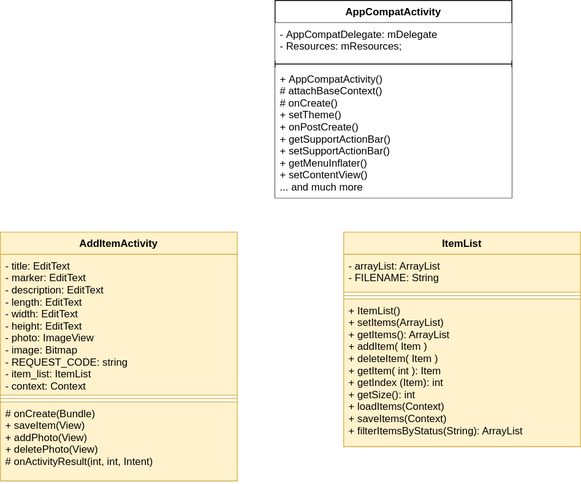
treeindev/uml-diagrams keeps this draw.io diagram as UML Class Diagram - Sharing App.svg. Above is the earlier version. Source tidied: cells renumbered, new cells last; positions are measured from the earlier drawing's top-left corner, leaving out a move shared by most shapes.
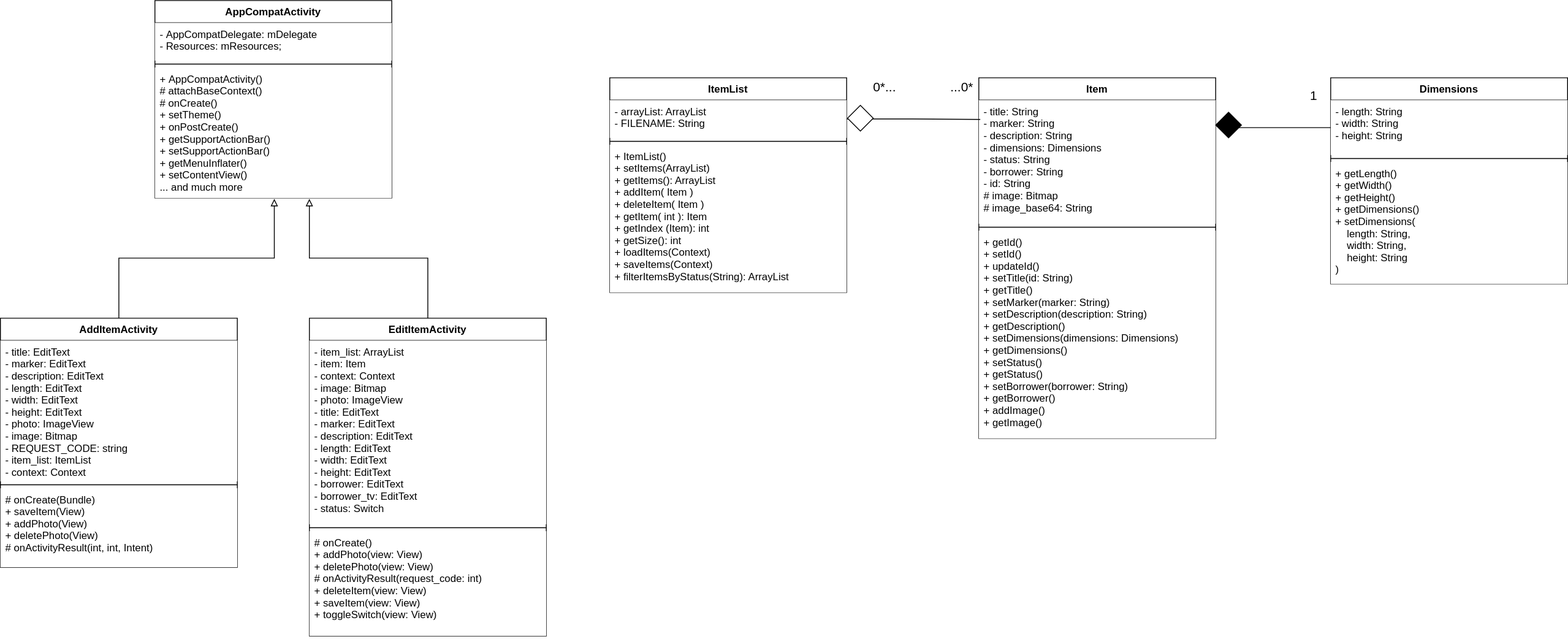
The same diagram one commit later.

The edit, as a diff of the source:
```diff
@@ -3,7 +3,7 @@
     <mxCell id="0" />
     <mxCell id="1" parent="0" />
     <mxCell id="2" value="AppCompatActivity" style="swimlane;fontStyle=1;align=center;verticalAlign=top;horizontal=1;startSize=26;" parent="1" vertex="1">
-      <mxGeometry x="320" width="276" height="230" as="geometry" />
+      <mxGeometry x="380" y="-100" width="276" height="230" as="geometry" />
     </mxCell>
     <mxCell id="3" value="- AppCompatDelegate: mDelegate&#10;- Resources: mResources;" style="text;align=left;verticalAlign=top;spacingLeft=4;spacingRight=4;overflow=hidden;fillColor=default;" parent="2" vertex="1">
       <mxGeometry y="26" width="276" height="44" as="geometry" />
@@ -14,29 +14,104 @@
     <mxCell id="5" value="+ AppCompatActivity()&#10;# attachBaseContext()&#10;# onCreate()&#10;+ setTheme()&#10;+ onPostCreate()&#10;+ getSupportActionBar()&#10;+ setSupportActionBar()&#10;+ getMenuInflater()&#10;+ setContentView()&#10;... and much more" style="text;align=left;verticalAlign=top;spacingLeft=4;spacingRight=4;overflow=hidden;points=[[0,0.5],[1,0.5]];portConstraint=eastwest;fillColor=default;" parent="2" vertex="1">
       <mxGeometry y="78" width="276" height="152" as="geometry" />
     </mxCell>
+    <mxCell id="14" style="edgeStyle=orthogonalEdgeStyle;rounded=0;jettySize=auto;html=1;entryX=0.504;entryY=1.007;entryDx=0;entryDy=0;entryPerimeter=0;fontSize=15;endArrow=block;endFill=0;jumpSize=7;startSize=10;" parent="1" edge="1" source="6" target="5">
+      <mxGeometry relative="1" as="geometry">
+        <Array as="points">
+          <mxPoint x="338" y="200" />
+          <mxPoint x="519" y="200" />
+        </Array>
+      </mxGeometry>
+    </mxCell>
-    <mxCell id="6" value="AddItemActivity" style="swimlane;fontStyle=1;align=center;verticalAlign=top;horizontal=1;startSize=26;fillColor=#fff2cc;strokeColor=#d6b656;" parent="1" vertex="1">
-      <mxGeometry y="270" width="276" height="290" as="geometry" />
+    <mxCell id="6" value="AddItemActivity" style="swimlane;fontStyle=1;align=center;verticalAlign=top;horizontal=1;startSize=26;fillColor=default;" parent="1" vertex="1">
+      <mxGeometry x="200" y="270" width="276" height="290" as="geometry" />
     </mxCell>
-    <mxCell id="7" value="- title: EditText&#10;- marker: EditText&#10;- description: EditText&#10;- length: EditText&#10;- width: EditText&#10;- height: EditText&#10;- photo: ImageView&#10;- image: Bitmap&#10;- REQUEST_CODE: string&#10;- item_list: ItemList&#10;- context: Context" style="text;strokeColor=#d6b656;fillColor=#fff2cc;align=left;verticalAlign=top;spacingLeft=4;spacingRight=4;overflow=hidden;" parent="6" vertex="1">
+    <mxCell id="7" value="- title: EditText&#10;- marker: EditText&#10;- description: EditText&#10;- length: EditText&#10;- width: EditText&#10;- height: EditText&#10;- photo: ImageView&#10;- image: Bitmap&#10;- REQUEST_CODE: string&#10;- item_list: ItemList&#10;- context: Context" style="text;align=left;verticalAlign=top;spacingLeft=4;spacingRight=4;overflow=hidden;fillColor=default;" parent="6" vertex="1">
       <mxGeometry y="26" width="276" height="164" as="geometry" />
     </mxCell>
-    <mxCell id="8" style="line;strokeWidth=1;fillColor=#fff2cc;align=left;verticalAlign=middle;spacingTop=-1;spacingLeft=3;spacingRight=3;labelPosition=right;strokeColor=#d6b656;" parent="6" vertex="1">
+    <mxCell id="8" style="line;strokeWidth=1;align=left;verticalAlign=middle;spacingTop=-1;spacingLeft=3;spacingRight=3;labelPosition=right;fillColor=default;" parent="6" vertex="1">
       <mxGeometry y="190" width="276" height="8" as="geometry" />
     </mxCell>
-    <mxCell id="9" value="# onCreate(Bundle)&#10;+ saveItem(View)&#10;+ addPhoto(View)&#10;+ deletePhoto(View)&#10;# onActivityResult(int, int, Intent)" style="text;strokeColor=#d6b656;fillColor=#fff2cc;align=left;verticalAlign=top;spacingLeft=4;spacingRight=4;overflow=hidden;" parent="6" vertex="1">
+    <mxCell id="9" value="# onCreate(Bundle)&#10;+ saveItem(View)&#10;+ addPhoto(View)&#10;+ deletePhoto(View)&#10;# onActivityResult(int, int, Intent)" style="text;align=left;verticalAlign=top;spacingLeft=4;spacingRight=4;overflow=hidden;fillColor=default;" parent="6" vertex="1">
       <mxGeometry y="198" width="276" height="92" as="geometry" />
     </mxCell>
-    <mxCell id="10" value="ItemList" style="swimlane;fontStyle=1;align=center;verticalAlign=top;horizontal=1;startSize=26;fillColor=#fff2cc;strokeColor=#d6b656;" parent="1" vertex="1">
-      <mxGeometry x="400" y="270" width="276" height="250" as="geometry" />
+    <mxCell id="10" value="ItemList" style="swimlane;fontStyle=1;align=center;verticalAlign=top;horizontal=1;startSize=26;fillColor=default;" parent="1" vertex="1">
+      <mxGeometry x="910" y="-10" width="276" height="250" as="geometry" />
     </mxCell>
-    <mxCell id="11" value="- arrayList: ArrayList&#10;- FILENAME: String" style="text;strokeColor=#d6b656;fillColor=#fff2cc;align=left;verticalAlign=top;spacingLeft=4;spacingRight=4;overflow=hidden;points=[[0,0.5],[1,0.5]];portConstraint=eastwest;" parent="10" vertex="1">
+    <mxCell id="11" value="- arrayList: ArrayList&#10;- FILENAME: String" style="text;align=left;verticalAlign=top;spacingLeft=4;spacingRight=4;overflow=hidden;points=[[0,0.5],[1,0.5]];portConstraint=eastwest;fillColor=default;" parent="10" vertex="1">
       <mxGeometry y="26" width="276" height="44" as="geometry" />
     </mxCell>
-    <mxCell id="12" style="line;strokeWidth=1;fillColor=#fff2cc;align=left;verticalAlign=middle;spacingTop=-1;spacingLeft=3;spacingRight=3;labelPosition=right;strokeColor=#d6b656;" parent="10" vertex="1">
+    <mxCell id="12" style="line;strokeWidth=1;align=left;verticalAlign=middle;spacingTop=-1;spacingLeft=3;spacingRight=3;labelPosition=right;fillColor=default;" parent="10" vertex="1">
       <mxGeometry y="70" width="276" height="8" as="geometry" />
     </mxCell>
-    <mxCell id="13" value="+ ItemList()&#10;+ setItems(ArrayList)&#10;+ getItems(): ArrayList&#10;+ addItem( Item )&#10;+ deleteItem( Item )&#10;+ getItem( int ): Item&#10;+ getIndex (Item): int&#10;+ getSize(): int&#10;+ loadItems(Context)&#10;+ saveItems(Context)&#10;+ filterItemsByStatus(String): ArrayList" style="text;strokeColor=#d6b656;fillColor=#fff2cc;align=left;verticalAlign=top;spacingLeft=4;spacingRight=4;overflow=hidden;" parent="10" vertex="1">
+    <mxCell id="13" value="+ ItemList()&#10;+ setItems(ArrayList)&#10;+ getItems(): ArrayList&#10;+ addItem( Item )&#10;+ deleteItem( Item )&#10;+ getItem( int ): Item&#10;+ getIndex (Item): int&#10;+ getSize(): int&#10;+ loadItems(Context)&#10;+ saveItems(Context)&#10;+ filterItemsByStatus(String): ArrayList" style="text;align=left;verticalAlign=top;spacingLeft=4;spacingRight=4;overflow=hidden;fillColor=default;" parent="10" vertex="1">
       <mxGeometry y="78" width="276" height="172" as="geometry" />
     </mxCell>
+    <mxCell id="15" style="edgeStyle=orthogonalEdgeStyle;rounded=0;jettySize=auto;html=1;entryX=0.652;entryY=1.007;entryDx=0;entryDy=0;entryPerimeter=0;fontSize=15;endArrow=block;endFill=0;jumpSize=7;" parent="1" edge="1" source="16" target="5">
+      <mxGeometry relative="1" as="geometry">
+        <Array as="points">
+          <mxPoint x="698" y="200" />
+          <mxPoint x="560" y="200" />
+        </Array>
+      </mxGeometry>
+    </mxCell>
+    <mxCell id="16" value="EditItemActivity" style="swimlane;fontStyle=1;align=center;verticalAlign=top;horizontal=1;startSize=26;fillColor=default;" parent="1" vertex="1">
+      <mxGeometry x="560" y="270" width="276" height="370" as="geometry" />
+    </mxCell>
+    <mxCell id="17" value="- item_list: ArrayList&#10;- item: Item&#10;- context: Context&#10;- image: Bitmap&#10;- photo: ImageView&#10;- title: EditText&#10;- marker: EditText&#10;- description: EditText&#10;- length: EditText&#10;- width: EditText&#10;- height: EditText&#10;- borrower: EditText&#10;- borrower_tv: EditText&#10;- status: Switch" style="text;align=left;verticalAlign=top;spacingLeft=4;spacingRight=4;overflow=hidden;fillColor=default;" parent="16" vertex="1">
+      <mxGeometry y="26" width="276" height="214" as="geometry" />
+    </mxCell>
+    <mxCell id="18" style="line;strokeWidth=1;align=left;verticalAlign=middle;spacingTop=-1;spacingLeft=3;spacingRight=3;labelPosition=right;fillColor=default;" parent="16" vertex="1">
+      <mxGeometry y="240" width="276" height="8" as="geometry" />
+    </mxCell>
+    <mxCell id="19" value="# onCreate()&#10;+ addPhoto(view: View)&#10;+ deletePhoto(view: View)&#10;# onActivityResult(request_code: int)&#10;+ deleteItem(view: View)&#10;+ saveItem(view: View)&#10;+ toggleSwitch(view: View)" style="text;align=left;verticalAlign=top;spacingLeft=4;spacingRight=4;overflow=hidden;fillColor=default;" parent="16" vertex="1">
+      <mxGeometry y="248" width="276" height="122" as="geometry" />
+    </mxCell>
+    <mxCell id="20" value="Item" style="swimlane;fontStyle=1;align=center;verticalAlign=top;horizontal=1;startSize=26;fillColor=default;" parent="1" vertex="1">
+      <mxGeometry x="1340" y="-10" width="276" height="420" as="geometry" />
+    </mxCell>
+    <mxCell id="21" value="- title: String&#10;- marker: String&#10;- description: String&#10;- dimensions: Dimensions&#10;- status: String&#10;- borrower: String&#10;- id: String&#10;# image: Bitmap&#10;# image_base64: String" style="text;align=left;verticalAlign=top;spacingLeft=4;spacingRight=4;overflow=hidden;points=[[0,0.5],[1,0.5]];portConstraint=eastwest;fillColor=default;" parent="20" vertex="1">
+      <mxGeometry y="26" width="276" height="144" as="geometry" />
+    </mxCell>
+    <mxCell id="22" style="line;strokeWidth=1;align=left;verticalAlign=middle;spacingTop=-1;spacingLeft=3;spacingRight=3;labelPosition=right;fillColor=default;" parent="20" vertex="1">
+      <mxGeometry y="170" width="276" height="8" as="geometry" />
+    </mxCell>
+    <mxCell id="23" value="+ getId()&#10;+ setId()&#10;+ updateId()&#10;+ setTitle(id: String)&#10;+ getTitle()&#10;+ setMarker(marker: String)&#10;+ setDescription(description: String)&#10;+ getDescription()&#10;+ setDimensions(dimensions: Dimensions)&#10;+ getDimensions()&#10;+ setStatus()&#10;+ getStatus()&#10;+ setBorrower(borrower: String)&#10;+ getBorrower()&#10;+ addImage()&#10;+ getImage()" style="text;align=left;verticalAlign=top;spacingLeft=4;spacingRight=4;overflow=hidden;fillColor=default;" parent="20" vertex="1">
+      <mxGeometry y="178" width="276" height="242" as="geometry" />
+    </mxCell>
+    <mxCell id="24" value="Dimensions" style="swimlane;fontStyle=1;align=center;verticalAlign=top;horizontal=1;startSize=26;fillColor=default;" parent="1" vertex="1">
+      <mxGeometry x="1750" y="-10" width="276" height="240" as="geometry" />
+    </mxCell>
+    <mxCell id="25" value="- length: String&#10;- width: String&#10;- height: String" style="text;align=left;verticalAlign=top;spacingLeft=4;spacingRight=4;overflow=hidden;points=[[0,0.5],[1,0.5]];portConstraint=eastwest;fillColor=default;" parent="24" vertex="1">
+      <mxGeometry y="26" width="276" height="64" as="geometry" />
+    </mxCell>
+    <mxCell id="26" style="line;strokeWidth=1;align=left;verticalAlign=middle;spacingTop=-1;spacingLeft=3;spacingRight=3;labelPosition=right;fillColor=default;" parent="24" vertex="1">
+      <mxGeometry y="90" width="276" height="8" as="geometry" />
+    </mxCell>
+    <mxCell id="27" value="+ getLength()&#10;+ getWidth()&#10;+ getHeight()&#10;+ getDimensions()&#10;+ setDimensions(&#10;    length: String,&#10;    width: String,&#10;    height: String&#10;)&#10;" style="text;align=left;verticalAlign=top;spacingLeft=4;spacingRight=4;overflow=hidden;fillColor=default;" parent="24" vertex="1">
+      <mxGeometry y="98" width="276" height="142" as="geometry" />
+    </mxCell>
+    <mxCell id="28" style="edgeStyle=orthogonalEdgeStyle;rounded=0;jettySize=auto;html=1;entryX=0.006;entryY=0.156;entryDx=0;entryDy=0;entryPerimeter=0;endArrow=none;endFill=0;" parent="1" edge="1" source="11" target="21">
+      <mxGeometry relative="1" as="geometry" />
+    </mxCell>
+    <mxCell id="29" style="rhombus;whiteSpace=wrap;html=1;fillColor=default;" parent="1" vertex="1">
+      <mxGeometry x="1187" y="22" width="30" height="30" as="geometry" />
+    </mxCell>
+    <mxCell id="30" value="0*..." style="text;html=1;align=center;verticalAlign=middle;strokeColor=none;fillColor=none;fontSize=15;" parent="1" vertex="1">
+      <mxGeometry x="1210" y="-10" width="40" height="20" as="geometry" />
+    </mxCell>
+    <mxCell id="31" value="...0*" style="text;html=1;align=center;verticalAlign=middle;strokeColor=none;fillColor=none;fontSize=15;" parent="1" vertex="1">
+      <mxGeometry x="1300" y="-10" width="40" height="20" as="geometry" />
+    </mxCell>
+    <mxCell id="32" style="edgeStyle=orthogonalEdgeStyle;rounded=0;jettySize=auto;html=1;fontSize=15;endArrow=none;endFill=0;" parent="1" edge="1" source="25">
+      <mxGeometry relative="1" as="geometry">
+        <mxPoint x="1620" y="48" as="targetPoint" />
+      </mxGeometry>
+    </mxCell>
+    <mxCell id="33" style="rhombus;whiteSpace=wrap;html=1;fillColor=#000000;" parent="1" vertex="1">
+      <mxGeometry x="1616" y="30" width="30" height="30" as="geometry" />
+    </mxCell>
+    <mxCell id="34" value="1" style="text;html=1;align=center;verticalAlign=middle;strokeColor=none;fillColor=none;fontSize=15;" parent="1" vertex="1">
+      <mxGeometry x="1720" width="20" height="20" as="geometry" />
+    </mxCell>
   </root>
 </mxGraphModel>
```
